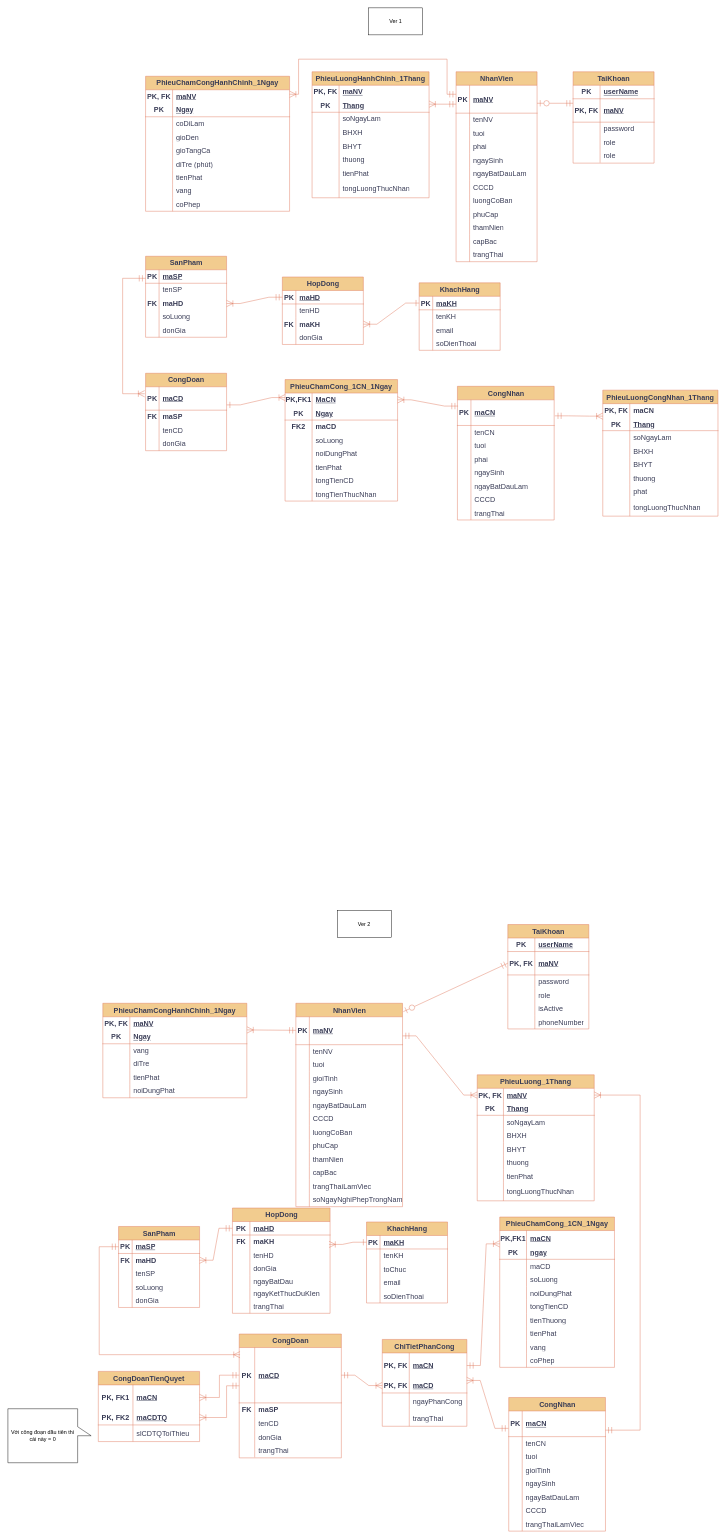
This is EntityRelationshipDiagram.drawio from TomTom2k/-management-of-a-ceramic-processing-company, a draw.io file, before an edit. Source tidied: cells renumbered, new cells numbered last; positions are measured from the earlier drawing's top-left corner, leaving out a move shared by most shapes. Both pictures are drawn from the tidied source at 45%, with x=0, y=0 at pixel (8, 8).
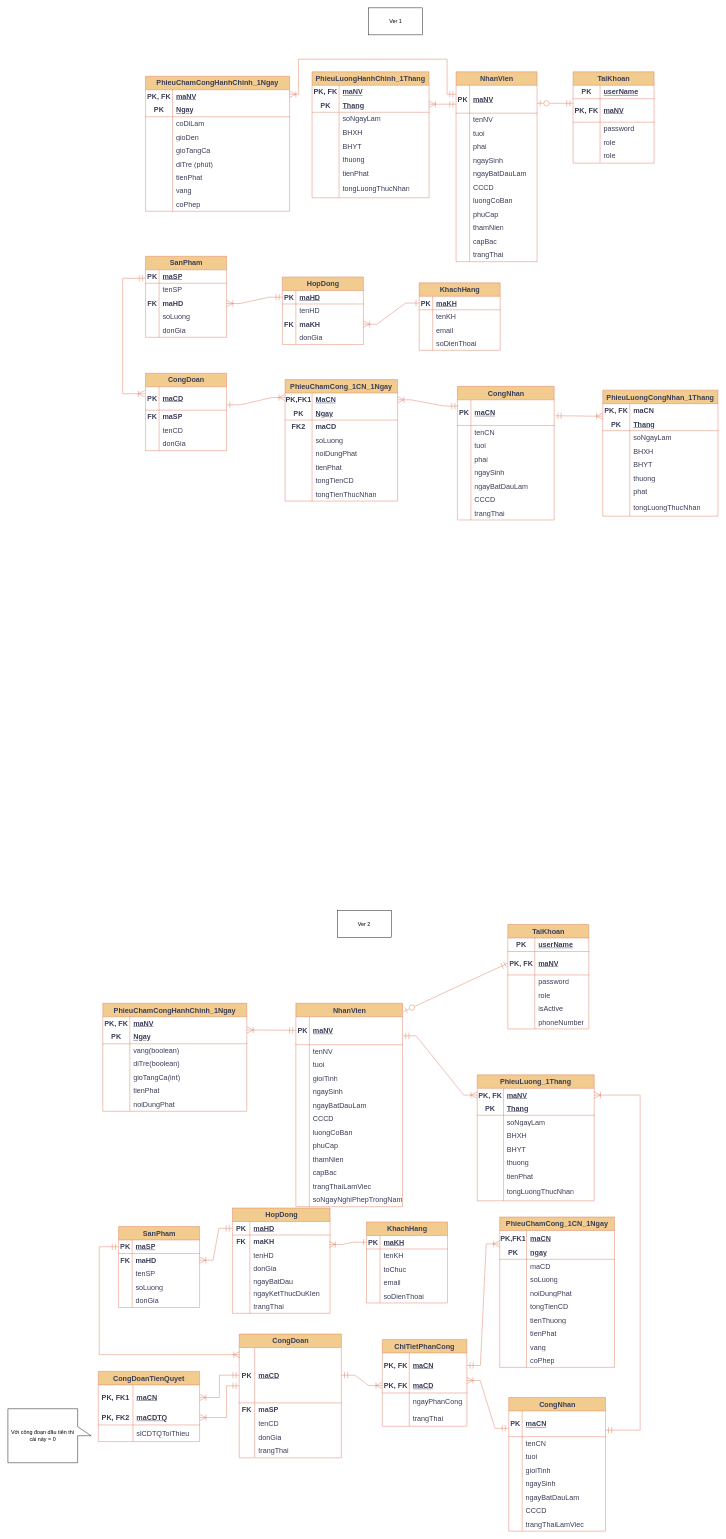
Above is the later version.

Commit message:
Cập nhật EntityRelationshipDiagram.drawio

The change refers to these unchanged cells:
```xml
<mxCell id="405" style="shape=tableRow;horizontal=0;startSize=0;swimlaneHead=0;swimlaneBody=0;fillColor=none;top=0;left=0;right=0;bottom=0;html=1;labelBackgroundColor=none;strokeColor=#E07A5F;fontColor=#393C56;fontSize=16;" parent="398" vertex="1">
  <mxGeometry y="90" width="320" height="30" as="geometry" />
</mxCell>
<mxCell id="408" style="shape=tableRow;horizontal=0;startSize=0;swimlaneHead=0;swimlaneBody=0;fillColor=none;top=0;left=0;right=0;bottom=0;html=1;labelBackgroundColor=none;strokeColor=#E07A5F;fontColor=#393C56;fontSize=16;" parent="398" vertex="1">
  <mxGeometry y="120" width="320" height="30" as="geometry" />
</mxCell>
```

Diff of the diagram source:
```diff
@@
     <mxCell id="398" value="PhieuChamCongHanhChinh_1Ngay" style="shape=table;startSize=30;childLayout=tableLayout;rowLines=0;fontStyle=1;align=center;html=1;whiteSpace=wrap;labelBackgroundColor=none;fillColor=#F2CC8F;strokeColor=#E07A5F;fontColor=#393C56;fontSize=16;" parent="1" vertex="1">
-      <mxGeometry x="211" y="2212" width="320" height="210" as="geometry" />
+      <mxGeometry x="211" y="2212" width="320" height="240" as="geometry" />
     </mxCell>
@@
-    <mxCell id="407" value="vang" style="shape=partialRectangle;fillColor=none;top=0;left=0;bottom=0;right=0;align=left;spacingLeft=6;overflow=hidden;html=1;whiteSpace=wrap;labelBackgroundColor=none;strokeColor=#E07A5F;fontColor=#393C56;fontSize=16;" parent="405" vertex="1">
+    <mxCell id="407" value="vang(boolean)" style="shape=partialRectangle;fillColor=none;top=0;left=0;bottom=0;right=0;align=left;spacingLeft=6;overflow=hidden;html=1;whiteSpace=wrap;labelBackgroundColor=none;strokeColor=#E07A5F;fontColor=#393C56;fontSize=16;" parent="405" vertex="1">
       <mxGeometry x="60" width="260" height="30" as="geometry" />
     </mxCell>
@@
-    <mxCell id="410" value="diTre" style="shape=partialRectangle;fillColor=none;top=0;left=0;bottom=0;right=0;align=left;spacingLeft=6;overflow=hidden;html=1;whiteSpace=wrap;labelBackgroundColor=none;strokeColor=#E07A5F;fontColor=#393C56;fontSize=16;" parent="408" vertex="1">
+    <mxCell id="410" value="diTre(boolean)" style="shape=partialRectangle;fillColor=none;top=0;left=0;bottom=0;right=0;align=left;spacingLeft=6;overflow=hidden;html=1;whiteSpace=wrap;labelBackgroundColor=none;strokeColor=#E07A5F;fontColor=#393C56;fontSize=16;" parent="408" vertex="1">
       <mxGeometry x="60" width="260" height="30" as="geometry" />
     </mxCell>
+    <mxCell id="514" style="shape=tableRow;horizontal=0;startSize=0;swimlaneHead=0;swimlaneBody=0;fillColor=none;top=0;left=0;right=0;bottom=0;html=1;labelBackgroundColor=none;strokeColor=#E07A5F;fontColor=#393C56;fontSize=16;" parent="398" vertex="1">
+      <mxGeometry y="150" width="320" height="30" as="geometry" />
+    </mxCell>
+    <mxCell id="515" style="shape=partialRectangle;fillColor=none;top=0;left=0;bottom=0;right=0;overflow=hidden;html=1;whiteSpace=wrap;labelBackgroundColor=none;strokeColor=#E07A5F;fontColor=#393C56;fontSize=16;" parent="514" vertex="1">
+      <mxGeometry width="60" height="30" as="geometry" />
+    </mxCell>
+    <mxCell id="516" value="gioTangCa(int)" style="shape=partialRectangle;fillColor=none;top=0;left=0;bottom=0;right=0;align=left;spacingLeft=6;overflow=hidden;html=1;whiteSpace=wrap;labelBackgroundColor=none;strokeColor=#E07A5F;fontColor=#393C56;fontSize=16;" parent="514" vertex="1">
+      <mxGeometry x="60" width="260" height="30" as="geometry" />
+    </mxCell>
     <mxCell id="411" style="shape=tableRow;horizontal=0;startSize=0;swimlaneHead=0;swimlaneBody=0;fillColor=none;top=0;left=0;right=0;bottom=0;html=1;labelBackgroundColor=none;strokeColor=#E07A5F;fontColor=#393C56;fontSize=16;" parent="398" vertex="1">
-      <mxGeometry y="150" width="320" height="30" as="geometry" />
+      <mxGeometry y="180" width="320" height="30" as="geometry" />
     </mxCell>
@@
     <mxCell id="414" style="shape=tableRow;horizontal=0;startSize=0;swimlaneHead=0;swimlaneBody=0;fillColor=none;top=0;left=0;right=0;bottom=0;html=1;labelBackgroundColor=none;strokeColor=#E07A5F;fontColor=#393C56;fontSize=16;" parent="398" vertex="1">
-      <mxGeometry y="180" width="320" height="30" as="geometry" />
+      <mxGeometry y="210" width="320" height="30" as="geometry" />
     </mxCell>
```
